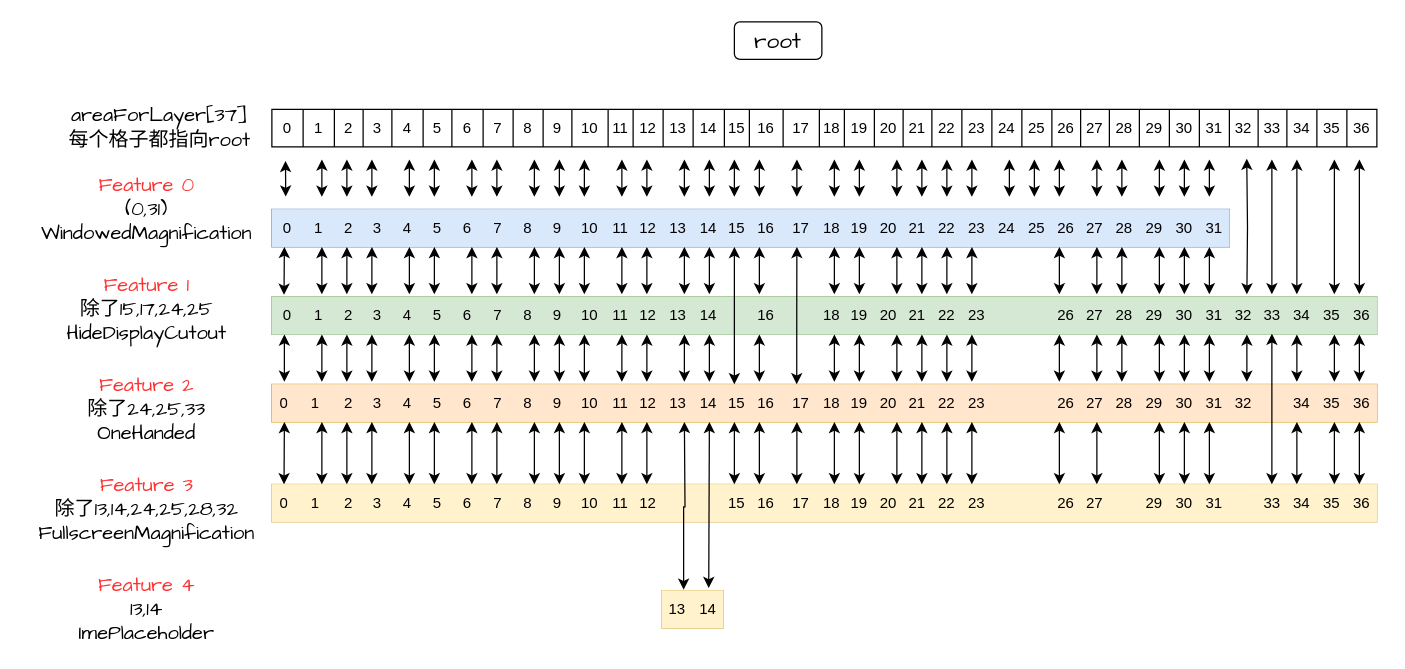
Earlier version of the draw.io diagram page "第 4 页" (4 of 6) of window2.drawio (YangYang48/drawio). Source tidied: cells renumbered, new cells numbered last; positions are measured from the earlier drawing's top-left corner, leaving out a move shared by most shapes. Both pictures are drawn from the tidied source at 125%, with x=0, y=0 at pixel (21, 21).
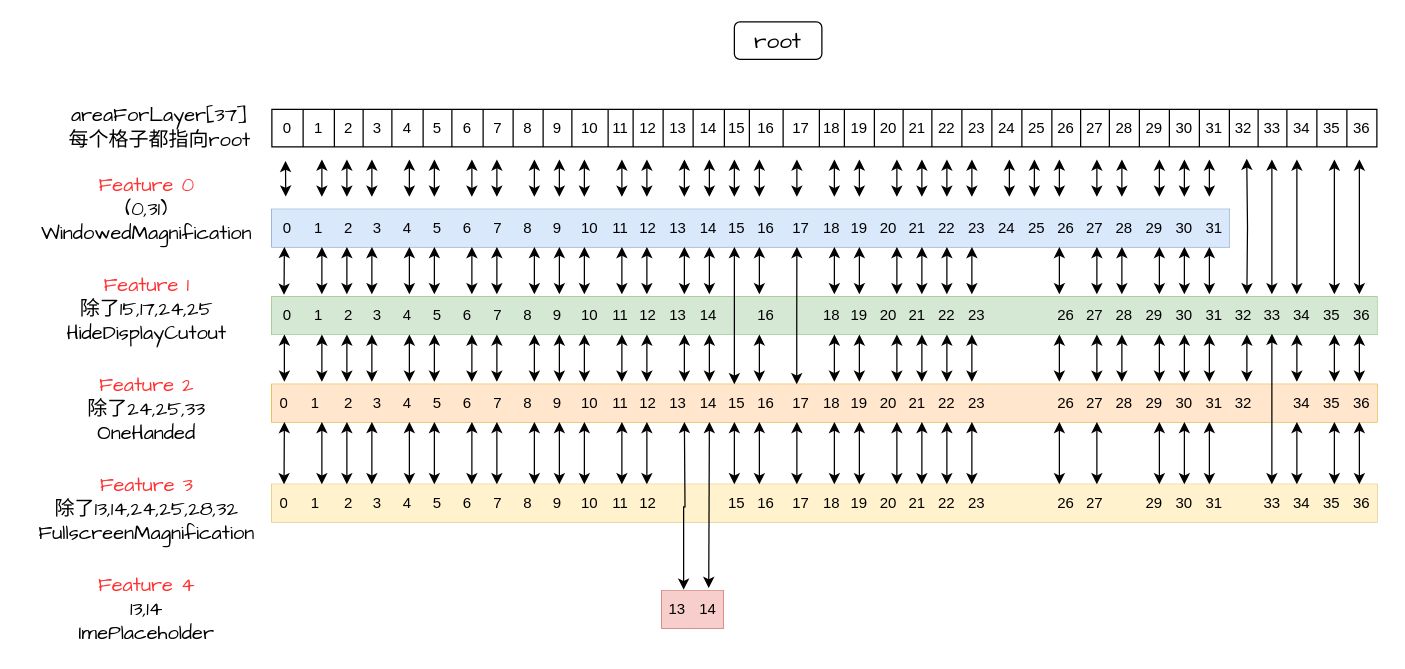
The same diagram, later.

Change to the diagram source:
```diff
@@
-    <mxCell id="300" style="shape=table;startSize=0;childLayout=tableLayout;fillColor=#fff2cc;strokeColor=#d6b656;" parent="1" vertex="1">
+    <mxCell id="300" style="shape=table;startSize=0;childLayout=tableLayout;fillColor=#f8cecc;strokeColor=#b85450;" parent="1" vertex="1">
       <mxGeometry x="512" y="455" width="49" height="30" as="geometry" />
     </mxCell>
-    <mxCell id="301" style="shape=tableRow;horizontal=0;startSize=0;swimlaneHead=0;swimlaneBody=0;strokeColor=#d6b656;top=0;left=0;bottom=0;right=0;fillColor=#fff2cc;points=[[0,0.5],[1,0.5]];portConstraint=eastwest;" parent="300" vertex="1">
+    <mxCell id="301" style="shape=tableRow;horizontal=0;startSize=0;swimlaneHead=0;swimlaneBody=0;strokeColor=#b85450;top=0;left=0;bottom=0;right=0;fillColor=#f8cecc;points=[[0,0.5],[1,0.5]];portConstraint=eastwest;" parent="300" vertex="1">
       <mxGeometry width="49" height="30" as="geometry" />
     </mxCell>
-    <mxCell id="302" value="13" style="shape=partialRectangle;html=1;whiteSpace=wrap;strokeColor=#d6b656;overflow=hidden;fillColor=#fff2cc;top=0;left=0;bottom=0;right=0;" parent="301" vertex="1">
+    <mxCell id="302" value="13" style="shape=partialRectangle;html=1;whiteSpace=wrap;strokeColor=#b85450;overflow=hidden;fillColor=#f8cecc;top=0;left=0;bottom=0;right=0;" parent="301" vertex="1">
       <mxGeometry width="25" height="30" as="geometry" />
     </mxCell>
-    <mxCell id="303" value="14" style="shape=partialRectangle;html=1;whiteSpace=wrap;strokeColor=#d6b656;overflow=hidden;fillColor=#fff2cc;top=0;left=0;bottom=0;right=0;" parent="301" vertex="1">
+    <mxCell id="303" value="14" style="shape=partialRectangle;html=1;whiteSpace=wrap;strokeColor=#b85450;overflow=hidden;fillColor=#f8cecc;top=0;left=0;bottom=0;right=0;" parent="301" vertex="1">
       <mxGeometry x="25" width="24" height="30" as="geometry" />
     </mxCell>
```
